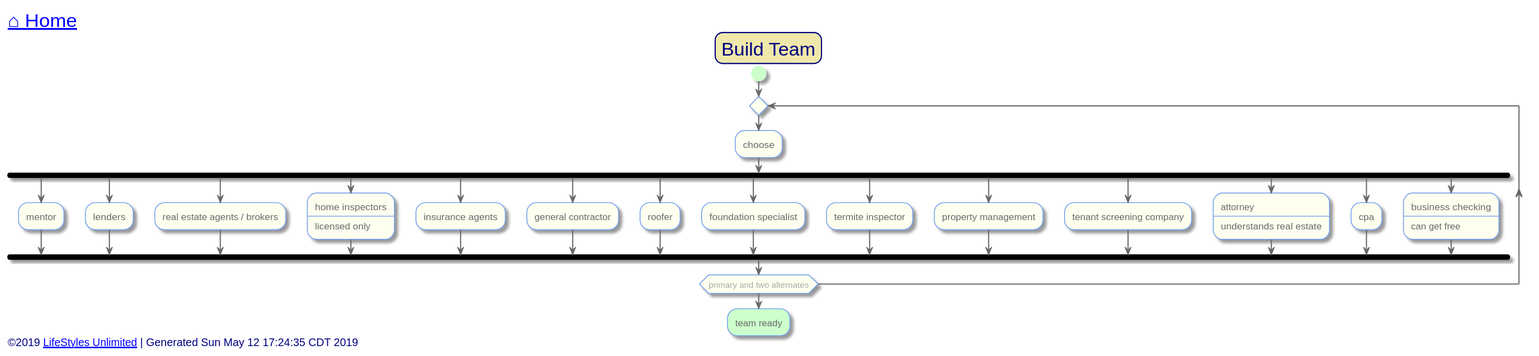
Before: out/src/single-family/team-building.svg, a diagram exported from PlantUML (toddmo/lifestylesunlimited).
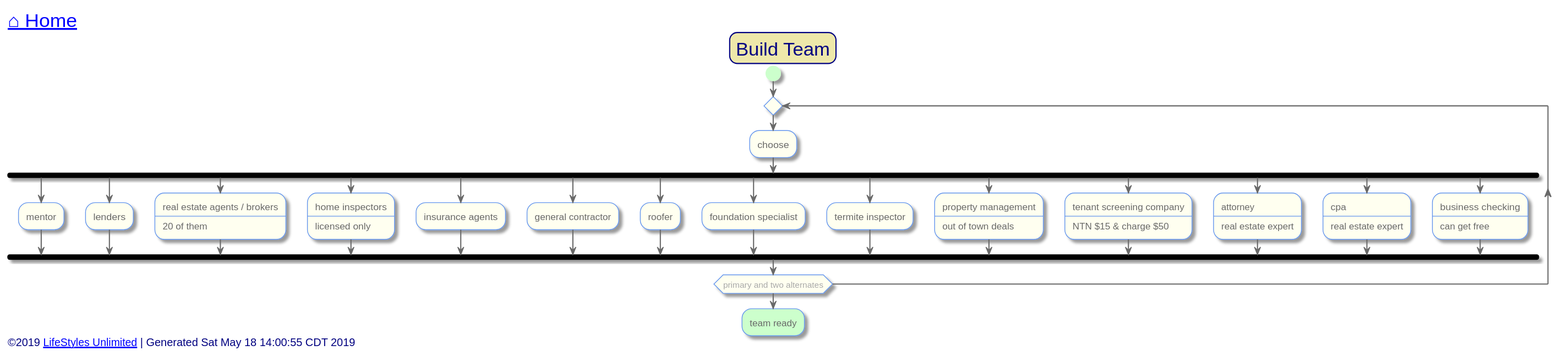
Later version of the same file.

The edit, as a diff of the source:
```diff
@@ -92,7 +92,9 @@
 		fork again
 			:lenders;
 		fork again
-			:real estate agents / brokers;
+			:real estate agents / brokers
+			----
+			20 of them;
 		fork again
 			:home inspectors
 			----
@@ -108,15 +110,21 @@
 		fork again
 			:termite inspector;
 		fork again
-			:property management;
+			:property management
+			----
+			out of town deals;
 		fork again
-			:tenant screening company;
+			:tenant screening company
+			----
+			NTN $15 & charge $50;
 		fork again
 			:attorney
 			----
-			understands real estate;
+			real estate expert;
 		fork again
-			:cpa;
+			:cpa
+			----
+			real estate expert;
 		fork again
 			:business checking
 			----
@@ -128,7 +136,7 @@
 
 
 left footer
-	<font size=14>©2019 [[http://www.lifestylesunlimited.com LifeStyles Unlimited]] | Generated Sun May 12 17:24:35 CDT 2019</font>
+	<font size=14>©2019 [[http://www.lifestylesunlimited.com LifeStyles Unlimited]] | Generated Sat May 18 14:00:55 CDT 2019</font>
 endfooter
 
 
```
